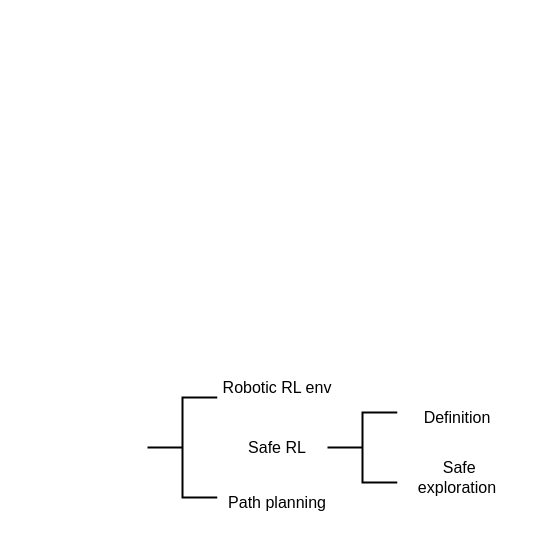
Earlier version of the draw.io diagram Untitled Diagram.drawio (Gaoyuan-Liu/debug). Source tidied: cells renumbered, new cells numbered last; positions are measured from the earlier drawing's top-left corner, leaving out a move shared by most shapes. Both pictures are drawn from the tidied source at 100%, with x=0, y=0 at pixel (147, 357).
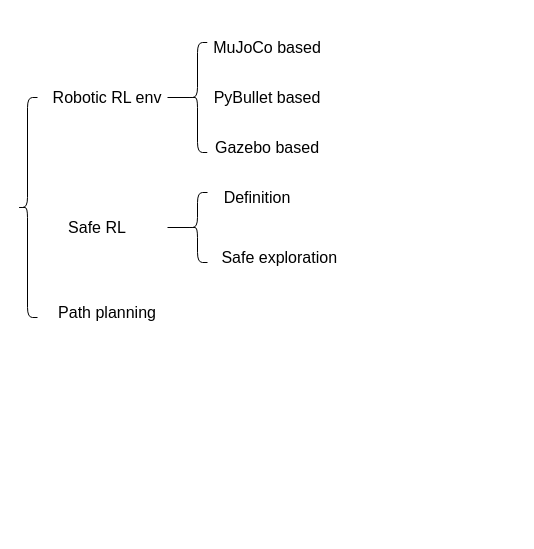
After the change.

The edit, as a diff of the source:
```diff
@@
 <mxGraphModel>
   <root>
     <mxCell id="0" />
     <mxCell id="1" parent="0" />
-    <mxCell id="2" style="strokeWidth=2;html=1;shape=mxgraph.flowchart.annotation_2;align=left;labelPosition=right;" parent="1" vertex="1">
-      <mxGeometry y="40" width="70" height="100" as="geometry" />
-    </mxCell>
     <mxCell id="3" value="Robotic RL env" style="rounded=0;whiteSpace=wrap;html=1;strokeColor=none;fontSize=16;" parent="1" vertex="1">
-      <mxGeometry x="70" width="120" height="60" as="geometry" />
+      <mxGeometry x="-100" y="-290" width="120" height="60" as="geometry" />
     </mxCell>
     <mxCell id="4" value="Safe RL" style="rounded=0;whiteSpace=wrap;html=1;strokeColor=none;fontSize=16;" parent="1" vertex="1">
-      <mxGeometry x="70" y="60" width="120" height="60" as="geometry" />
+      <mxGeometry x="-110" y="-160" width="120" height="60" as="geometry" />
     </mxCell>
     <mxCell id="5" value="Path planning" style="rounded=0;whiteSpace=wrap;html=1;strokeColor=none;fontSize=16;" parent="1" vertex="1">
-      <mxGeometry x="70" y="115" width="120" height="60" as="geometry" />
+      <mxGeometry x="-100" y="-75" width="120" height="60" as="geometry" />
     </mxCell>
-    <mxCell id="6" style="strokeWidth=2;html=1;shape=mxgraph.flowchart.annotation_2;align=left;labelPosition=right;" parent="1" vertex="1">
-      <mxGeometry x="180" y="55" width="70" height="70" as="geometry" />
-    </mxCell>
     <mxCell id="7" value="Definition" style="rounded=0;whiteSpace=wrap;html=1;strokeColor=none;fontSize=16;" parent="1" vertex="1">
-      <mxGeometry x="250" y="30" width="120" height="60" as="geometry" />
+      <mxGeometry x="50" y="-190" width="120" height="60" as="geometry" />
     </mxCell>
     <mxCell id="8" value="&amp;nbsp;Safe exploration" style="rounded=0;whiteSpace=wrap;html=1;strokeColor=none;fontSize=16;" parent="1" vertex="1">
-      <mxGeometry x="250" y="90" width="120" height="60" as="geometry" />
+      <mxGeometry x="50" y="-130" width="160" height="60" as="geometry" />
     </mxCell>
+    <mxCell id="9" style="shape=curlyBracket;whiteSpace=wrap;html=1;rounded=1;" parent="1" vertex="1">
+      <mxGeometry x="-130" y="-260" width="20" height="220" as="geometry" />
+    </mxCell>
+    <mxCell id="10" style="shape=curlyBracket;whiteSpace=wrap;html=1;rounded=1;" parent="1" vertex="1">
+      <mxGeometry x="40" y="-165" width="20" height="70" as="geometry" />
+    </mxCell>
+    <mxCell id="11" style="endArrow=none;html=1;exitX=1;exitY=0.5;exitDx=0;exitDy=0;entryX=0.1;entryY=0.5;entryDx=0;entryDy=0;entryPerimeter=0;" parent="1" edge="1" target="10">
+      <mxGeometry relative="1" as="geometry">
+        <mxPoint x="20" y="-130" as="sourcePoint" />
+      </mxGeometry>
+    </mxCell>
+    <mxCell id="12" style="shape=curlyBracket;whiteSpace=wrap;html=1;rounded=1;" parent="1" vertex="1">
+      <mxGeometry x="40" y="-315" width="20" height="110" as="geometry" />
+    </mxCell>
+    <mxCell id="13" style="endArrow=none;html=1;exitX=1;exitY=0.5;exitDx=0;exitDy=0;entryX=0.1;entryY=0.5;entryDx=0;entryDy=0;entryPerimeter=0;" parent="1" edge="1" source="3" target="12">
+      <mxGeometry relative="1" as="geometry" />
+    </mxCell>
+    <mxCell id="14" value="MuJoCo based" style="rounded=0;whiteSpace=wrap;html=1;strokeColor=none;fontSize=16;" parent="1" vertex="1">
+      <mxGeometry x="60" y="-340" width="120" height="60" as="geometry" />
+    </mxCell>
+    <mxCell id="15" value="PyBullet based" style="rounded=0;whiteSpace=wrap;html=1;strokeColor=none;fontSize=16;" parent="1" vertex="1">
+      <mxGeometry x="60" y="-290" width="120" height="60" as="geometry" />
+    </mxCell>
+    <mxCell id="16" value="Gazebo based" style="rounded=0;whiteSpace=wrap;html=1;strokeColor=none;fontSize=16;" parent="1" vertex="1">
+      <mxGeometry x="60" y="-240" width="120" height="60" as="geometry" />
+    </mxCell>
   </root>
 </mxGraphModel>
```
